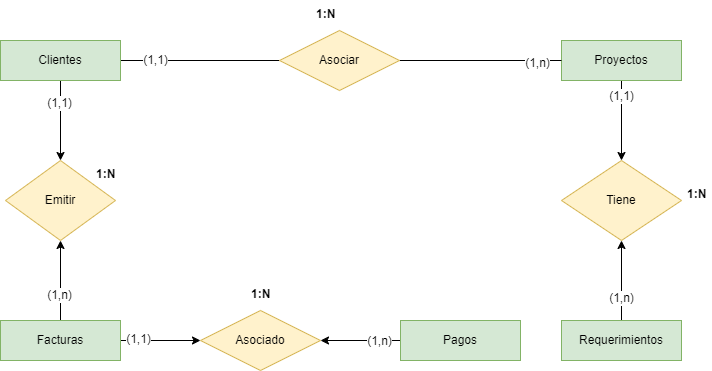
Earlier version of the draw.io export diagramas/ModeloEntidadRelación.png (JhersonHuacho/dsrp-contabilidad-consultoria). Source tidied: cells renumbered, new cells last; positions are measured from the earlier drawing's top-left corner, leaving out a move shared by most shapes.
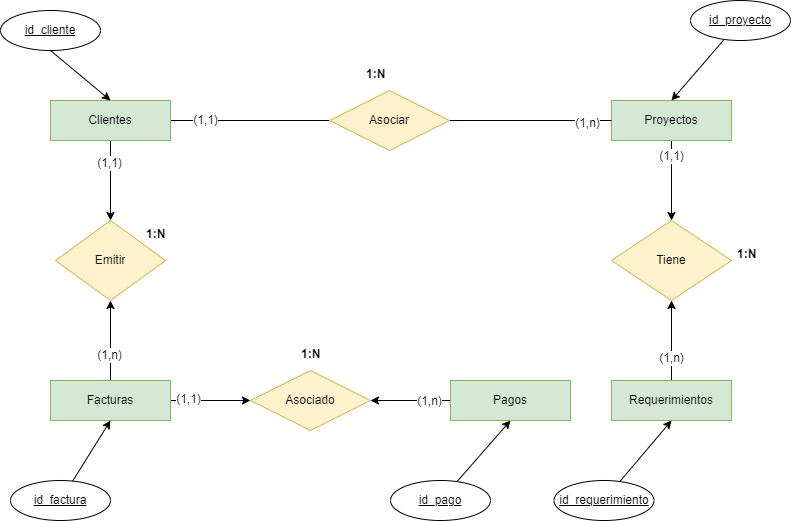
Above is the later version.

Commit message:
se agregó el modelo lógico

Change to the diagram source:
```diff
@@ -93,5 +93,35 @@
     <mxCell id="30" value="1:N" style="text;strokeColor=none;fillColor=none;spacingLeft=4;spacingRight=4;overflow=hidden;fontSize=12;whiteSpace=wrap;html=1;fontStyle=1;" parent="1" vertex="1">
       <mxGeometry x="245" y="280" width="30" height="20" as="geometry" />
     </mxCell>
+    <mxCell id="31" style="rounded=0;jettySize=auto;html=1;entryX=0.5;entryY=0;entryDx=0;entryDy=0;exitX=0.5;exitY=1;exitDx=0;exitDy=0;" parent="1" edge="1" source="34" target="6">
+      <mxGeometry relative="1" as="geometry" />
+    </mxCell>
+    <mxCell id="32" style="rounded=0;jettySize=auto;html=1;entryX=0.5;entryY=0;entryDx=0;entryDy=0;" parent="1" edge="1" source="33" target="9">
+      <mxGeometry relative="1" as="geometry" />
+    </mxCell>
+    <mxCell id="33" value="id_proyecto" style="ellipse;whiteSpace=wrap;html=1;align=center;fontStyle=4;" parent="1" vertex="1">
+      <mxGeometry x="640" y="-60" width="100" height="40" as="geometry" />
+    </mxCell>
+    <mxCell id="34" value="id_cliente" style="ellipse;whiteSpace=wrap;html=1;align=center;fontStyle=4;" parent="1" vertex="1">
+      <mxGeometry x="-50" y="-50" width="100" height="40" as="geometry" />
+    </mxCell>
+    <mxCell id="35" style="rounded=0;jettySize=auto;html=1;entryX=0.5;entryY=1;entryDx=0;entryDy=0;" parent="1" edge="1" source="36" target="23">
+      <mxGeometry relative="1" as="geometry" />
+    </mxCell>
+    <mxCell id="36" value="id_factura" style="ellipse;whiteSpace=wrap;html=1;align=center;fontStyle=4;" parent="1" vertex="1">
+      <mxGeometry x="-40" y="420" width="100" height="40" as="geometry" />
+    </mxCell>
+    <mxCell id="37" style="rounded=0;jettySize=auto;html=1;entryX=0.5;entryY=1;entryDx=0;entryDy=0;" parent="1" edge="1" source="38" target="12">
+      <mxGeometry relative="1" as="geometry" />
+    </mxCell>
+    <mxCell id="38" value="id_requerimiento" style="ellipse;whiteSpace=wrap;html=1;align=center;fontStyle=4;" parent="1" vertex="1">
+      <mxGeometry x="503.5" y="420" width="100" height="40" as="geometry" />
+    </mxCell>
+    <mxCell id="39" style="rounded=0;jettySize=auto;html=1;entryX=0.5;entryY=1;entryDx=0;entryDy=0;" parent="1" edge="1" source="40" target="28">
+      <mxGeometry relative="1" as="geometry" />
+    </mxCell>
+    <mxCell id="40" value="id_pago" style="ellipse;whiteSpace=wrap;html=1;align=center;fontStyle=4;" parent="1" vertex="1">
+      <mxGeometry x="340" y="420" width="100" height="40" as="geometry" />
+    </mxCell>
   </root>
 </mxGraphModel>
```
